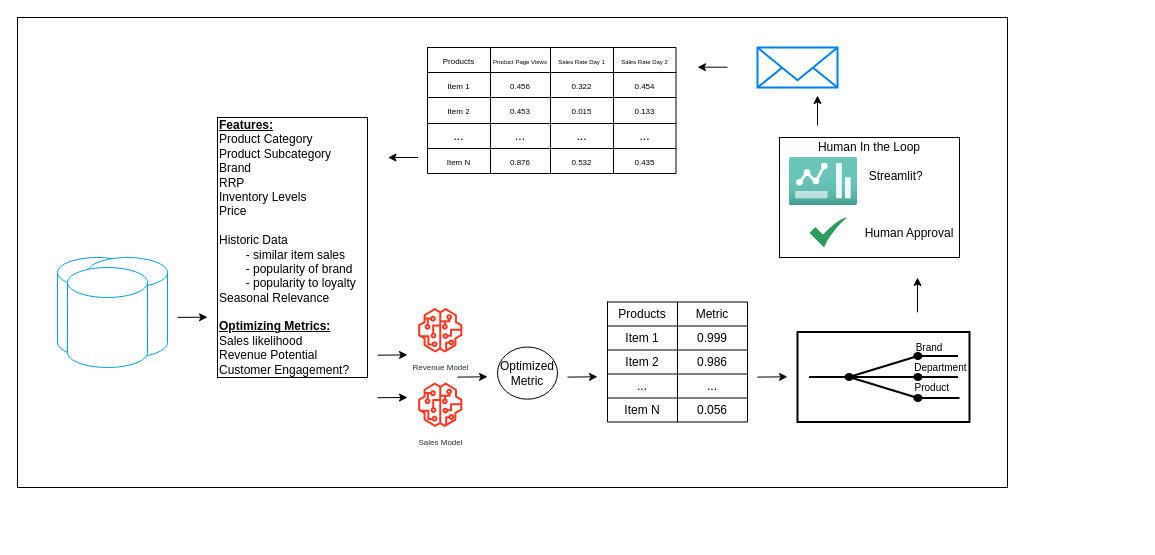
danielbsimpson/images_matplotlib keeps this draw.io diagram as page "Page-1" (1 of 2) of early_access_diagram.drawio. Above is the earlier version. Source tidied: cells renumbered, new cells numbered last; positions are measured from the earlier drawing's top-left corner, leaving out a move shared by most shapes. Both pictures are drawn from the tidied source at 100%, with x=0, y=0 at pixel (17, 17). Pictures stored in the file or linked from it are replaced by grey dashed boxes.
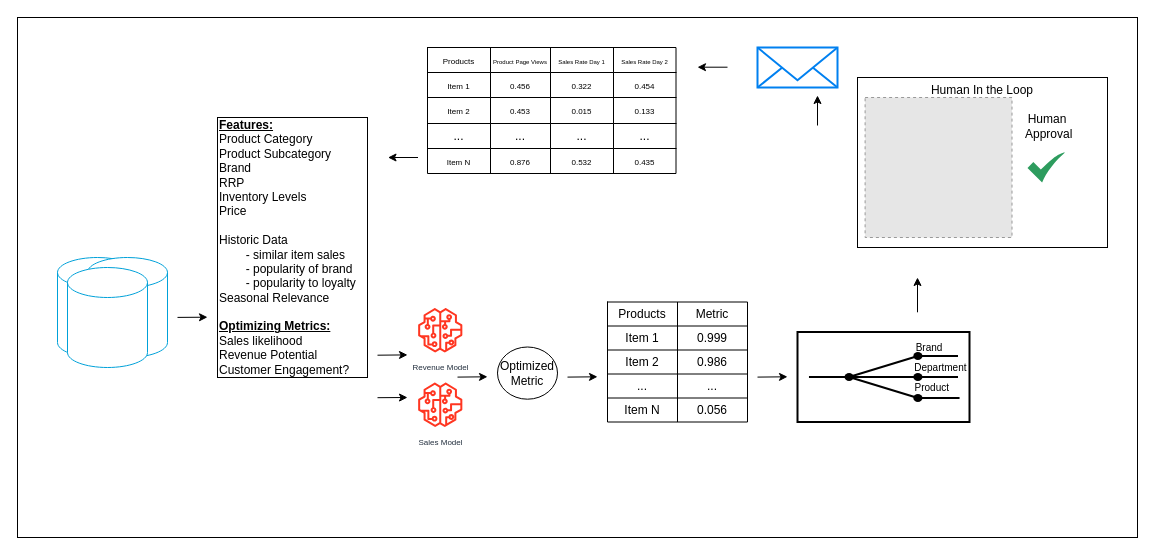
Above is the later version.

Diff of the diagram source:
```diff
@@
     <mxCell id="2" style="rounded=0;whiteSpace=wrap;html=1;" parent="1" vertex="1">
-      <mxGeometry width="990" height="470" as="geometry" />
+      <mxGeometry width="1120" height="520" as="geometry" />
     </mxCell>
@@
-    <mxCell id="9" value="&lt;div style=&quot;&quot;&gt;&lt;span style=&quot;background-color: initial;&quot;&gt;Human In the Loop&lt;/span&gt;&lt;/div&gt;&lt;div style=&quot;&quot;&gt;&lt;span style=&quot;background-color: initial;&quot;&gt;&lt;br&gt;&lt;/span&gt;&lt;/div&gt;&lt;div style=&quot;&quot;&gt;&lt;span style=&quot;background-color: initial;&quot;&gt;&lt;span style=&quot;white-space: pre;&quot;&gt;&#9;&lt;/span&gt;&lt;span style=&quot;white-space: pre;&quot;&gt;&#9;&lt;/span&gt;Streamlit?&lt;/span&gt;&lt;/div&gt;&lt;div style=&quot;&quot;&gt;&lt;span style=&quot;background-color: initial;&quot;&gt;&lt;br&gt;&lt;/span&gt;&lt;/div&gt;&lt;div style=&quot;&quot;&gt;&lt;span style=&quot;background-color: initial;&quot;&gt;&lt;br&gt;&lt;/span&gt;&lt;/div&gt;&lt;div style=&quot;&quot;&gt;&lt;span style=&quot;background-color: initial;&quot;&gt;&lt;br&gt;&lt;/span&gt;&lt;/div&gt;&lt;div style=&quot;&quot;&gt;&lt;span style=&quot;background-color: initial;&quot;&gt;&lt;span style=&quot;white-space: pre;&quot;&gt;&#9;&lt;/span&gt;&lt;span style=&quot;white-space: pre;&quot;&gt;&#9;&lt;/span&gt;&lt;span style=&quot;white-space: pre;&quot;&gt;&#9;&lt;/span&gt;Human Approval&lt;/span&gt;&lt;/div&gt;&lt;div style=&quot;&quot;&gt;&lt;br&gt;&lt;/div&gt;" style="rounded=0;whiteSpace=wrap;html=1;align=center;" parent="1" vertex="1">
-      <mxGeometry x="762" y="120" width="180" height="120" as="geometry" />
+    <mxCell id="9" value="&lt;div style=&quot;&quot;&gt;&lt;span style=&quot;background-color: initial;&quot;&gt;Human In the Loop&lt;/span&gt;&lt;/div&gt;&lt;div style=&quot;&quot;&gt;&lt;br&gt;&lt;/div&gt;&lt;div style=&quot;&quot;&gt;&lt;span style=&quot;background-color: initial;&quot;&gt;&lt;span style=&quot;white-space: pre;&quot;&gt;&#9;&lt;/span&gt;&lt;span style=&quot;white-space: pre;&quot;&gt;&#9;&lt;/span&gt;&lt;span style=&quot;white-space: pre;&quot;&gt;&#9;&lt;span style=&quot;white-space: pre;&quot;&gt;&#9;&lt;/span&gt;&lt;span style=&quot;white-space: pre;&quot;&gt;&#9;&lt;/span&gt;&lt;/span&gt;Human&amp;nbsp;&lt;/span&gt;&lt;/div&gt;&lt;div style=&quot;&quot;&gt;&lt;span style=&quot;background-color: initial;&quot;&gt;&lt;span style=&quot;white-space: pre;&quot;&gt;&#9;&lt;/span&gt;&lt;span style=&quot;white-space: pre;&quot;&gt;&#9;&lt;/span&gt;&lt;span style=&quot;white-space: pre;&quot;&gt;&#9;&lt;/span&gt;&lt;span style=&quot;white-space: pre;&quot;&gt;&#9;&lt;/span&gt;&lt;span style=&quot;white-space: pre;&quot;&gt;&#9;&lt;/span&gt;Approval&lt;/span&gt;&lt;/div&gt;&lt;div style=&quot;&quot;&gt;&lt;br&gt;&lt;/div&gt;&lt;div style=&quot;&quot;&gt;&lt;br&gt;&lt;/div&gt;&lt;div style=&quot;&quot;&gt;&lt;br&gt;&lt;/div&gt;&lt;div style=&quot;&quot;&gt;&lt;br&gt;&lt;/div&gt;&lt;div style=&quot;&quot;&gt;&lt;br&gt;&lt;/div&gt;&lt;div style=&quot;&quot;&gt;&lt;br&gt;&lt;/div&gt;&lt;div style=&quot;&quot;&gt;&lt;br&gt;&lt;/div&gt;" style="rounded=0;whiteSpace=wrap;html=1;align=center;" parent="1" vertex="1">
+      <mxGeometry x="840" y="60" width="250" height="170" as="geometry" />
     </mxCell>
@@
-    <mxCell id="27" style="image;html=1;align=center;fontSize=12;image=img/lib/azure2/general/Dashboard2.svg;fillColor=#FF4B4B;strokeColor=#FF4B4B;" parent="1" vertex="1">
-      <mxGeometry x="772" y="140" width="68" height="48" as="geometry" />
-    </mxCell>
     <mxCell id="28" style="sketch=0;html=1;strokeColor=none;shadow=0;align=center;fillColor=#2D9C5E;verticalAlign=top;labelPosition=center;verticalLabelPosition=bottom;shape=mxgraph.gcp2.check;" parent="1" vertex="1">
-      <mxGeometry x="792" y="200" width="37.5" height="30" as="geometry" />
+      <mxGeometry x="1010" y="135" width="37.5" height="30" as="geometry" />
     </mxCell>
@@
+    <mxCell id="70" style="fillColor=#E6E6E6;strokeColor=#999999;dashed=1;verticalLabelPosition=bottom;labelBackgroundColor=default;verticalAlign=top;" parent="1" vertex="1">
+      <mxGeometry x="847.6" y="80" width="146.9" height="140" as="geometry" />
+    </mxCell>
```
